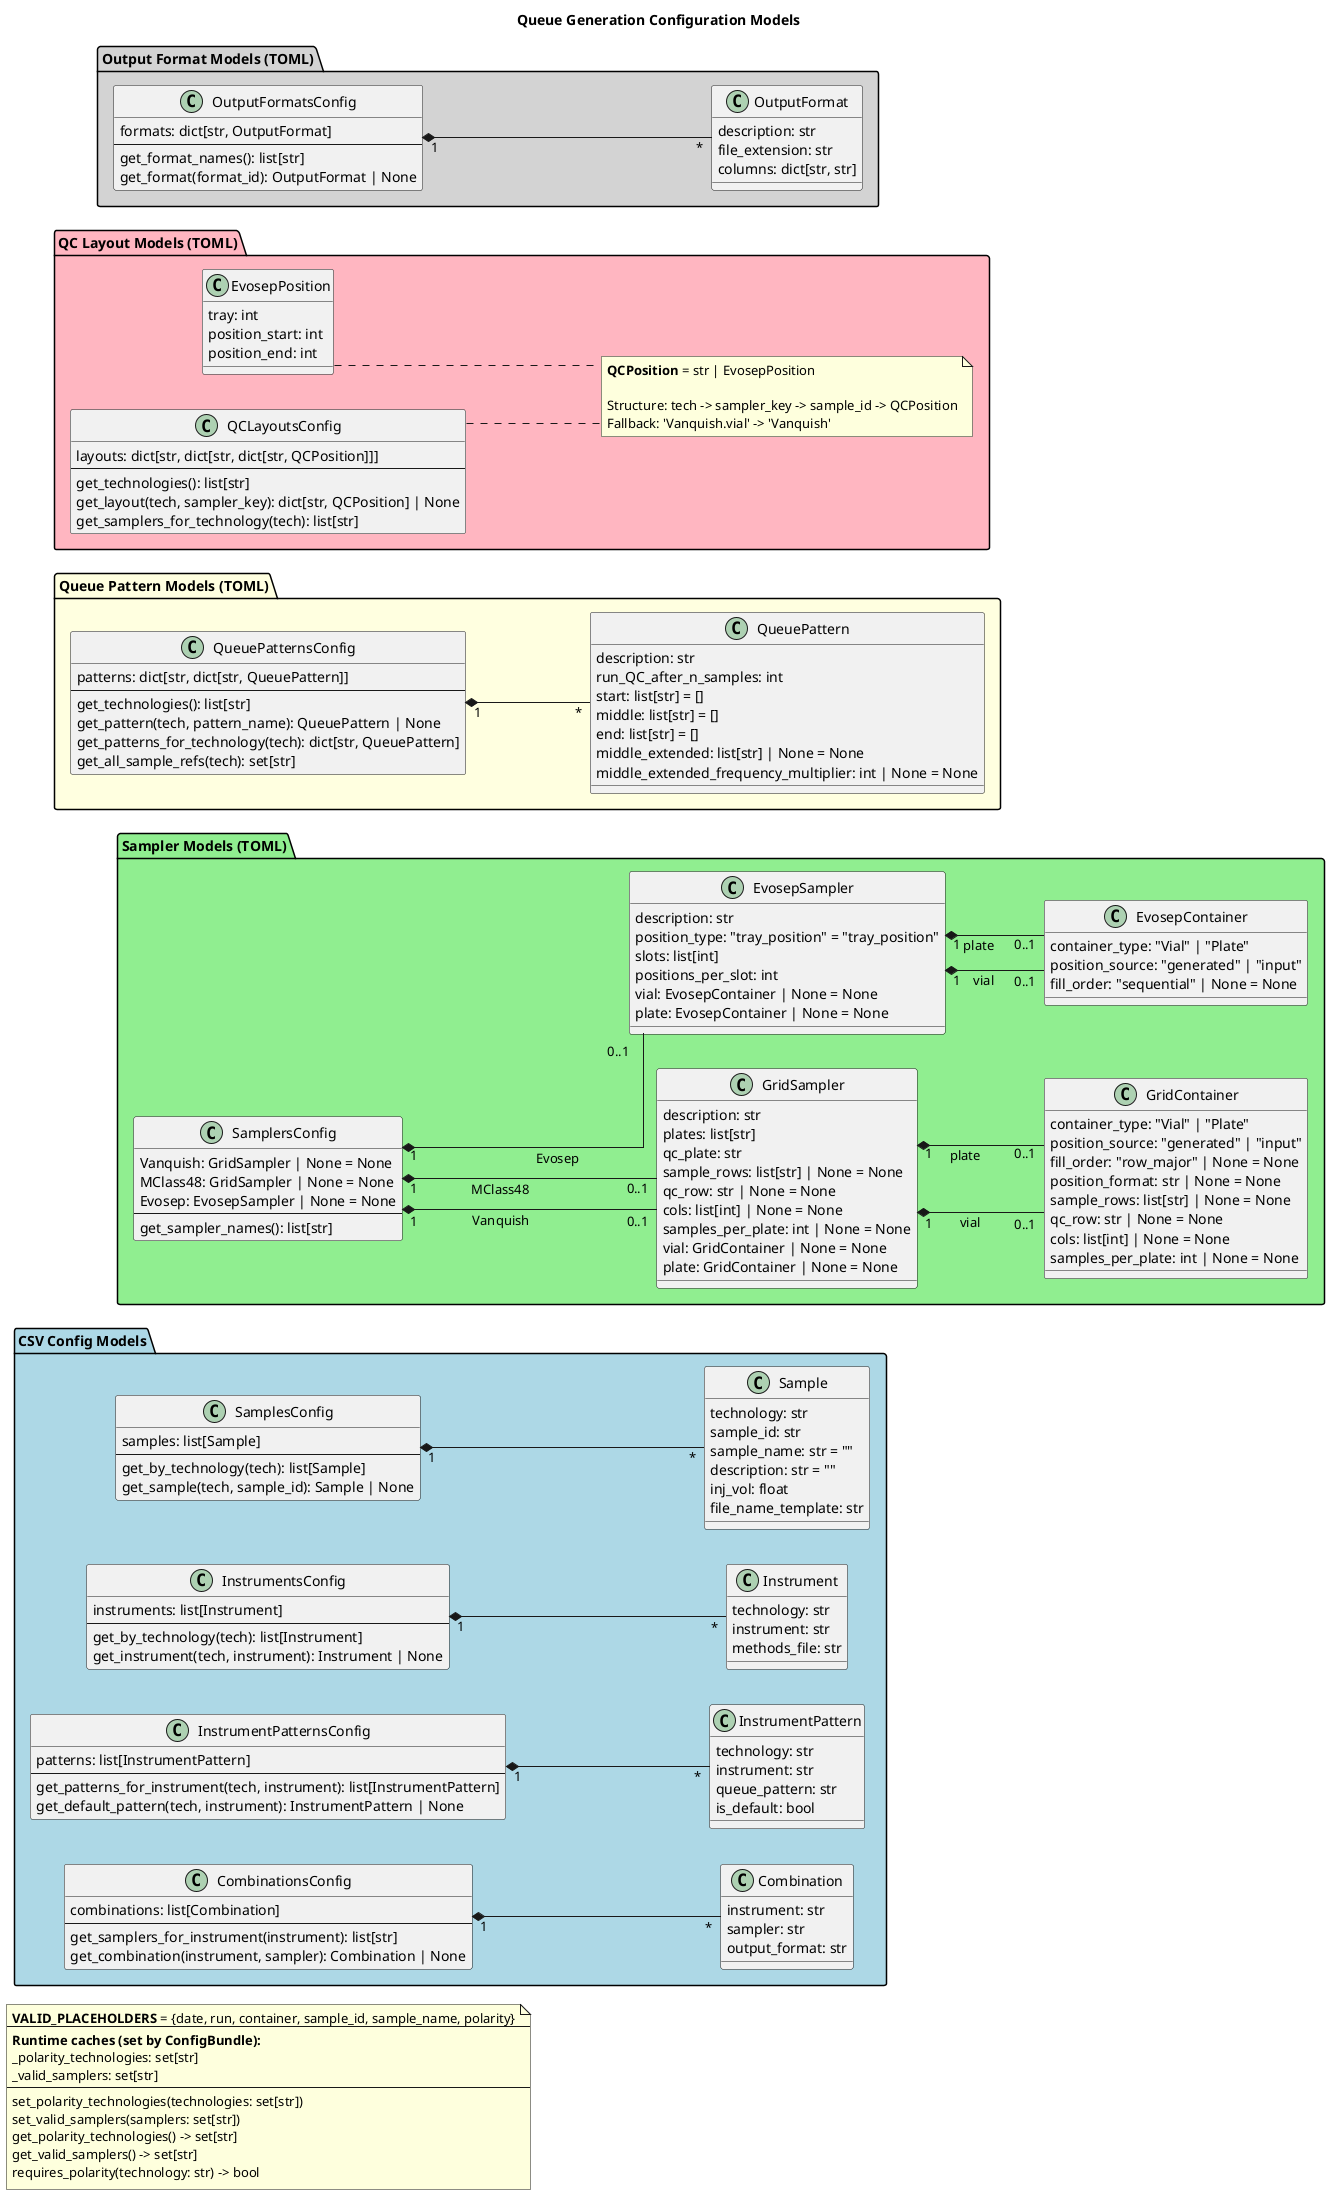
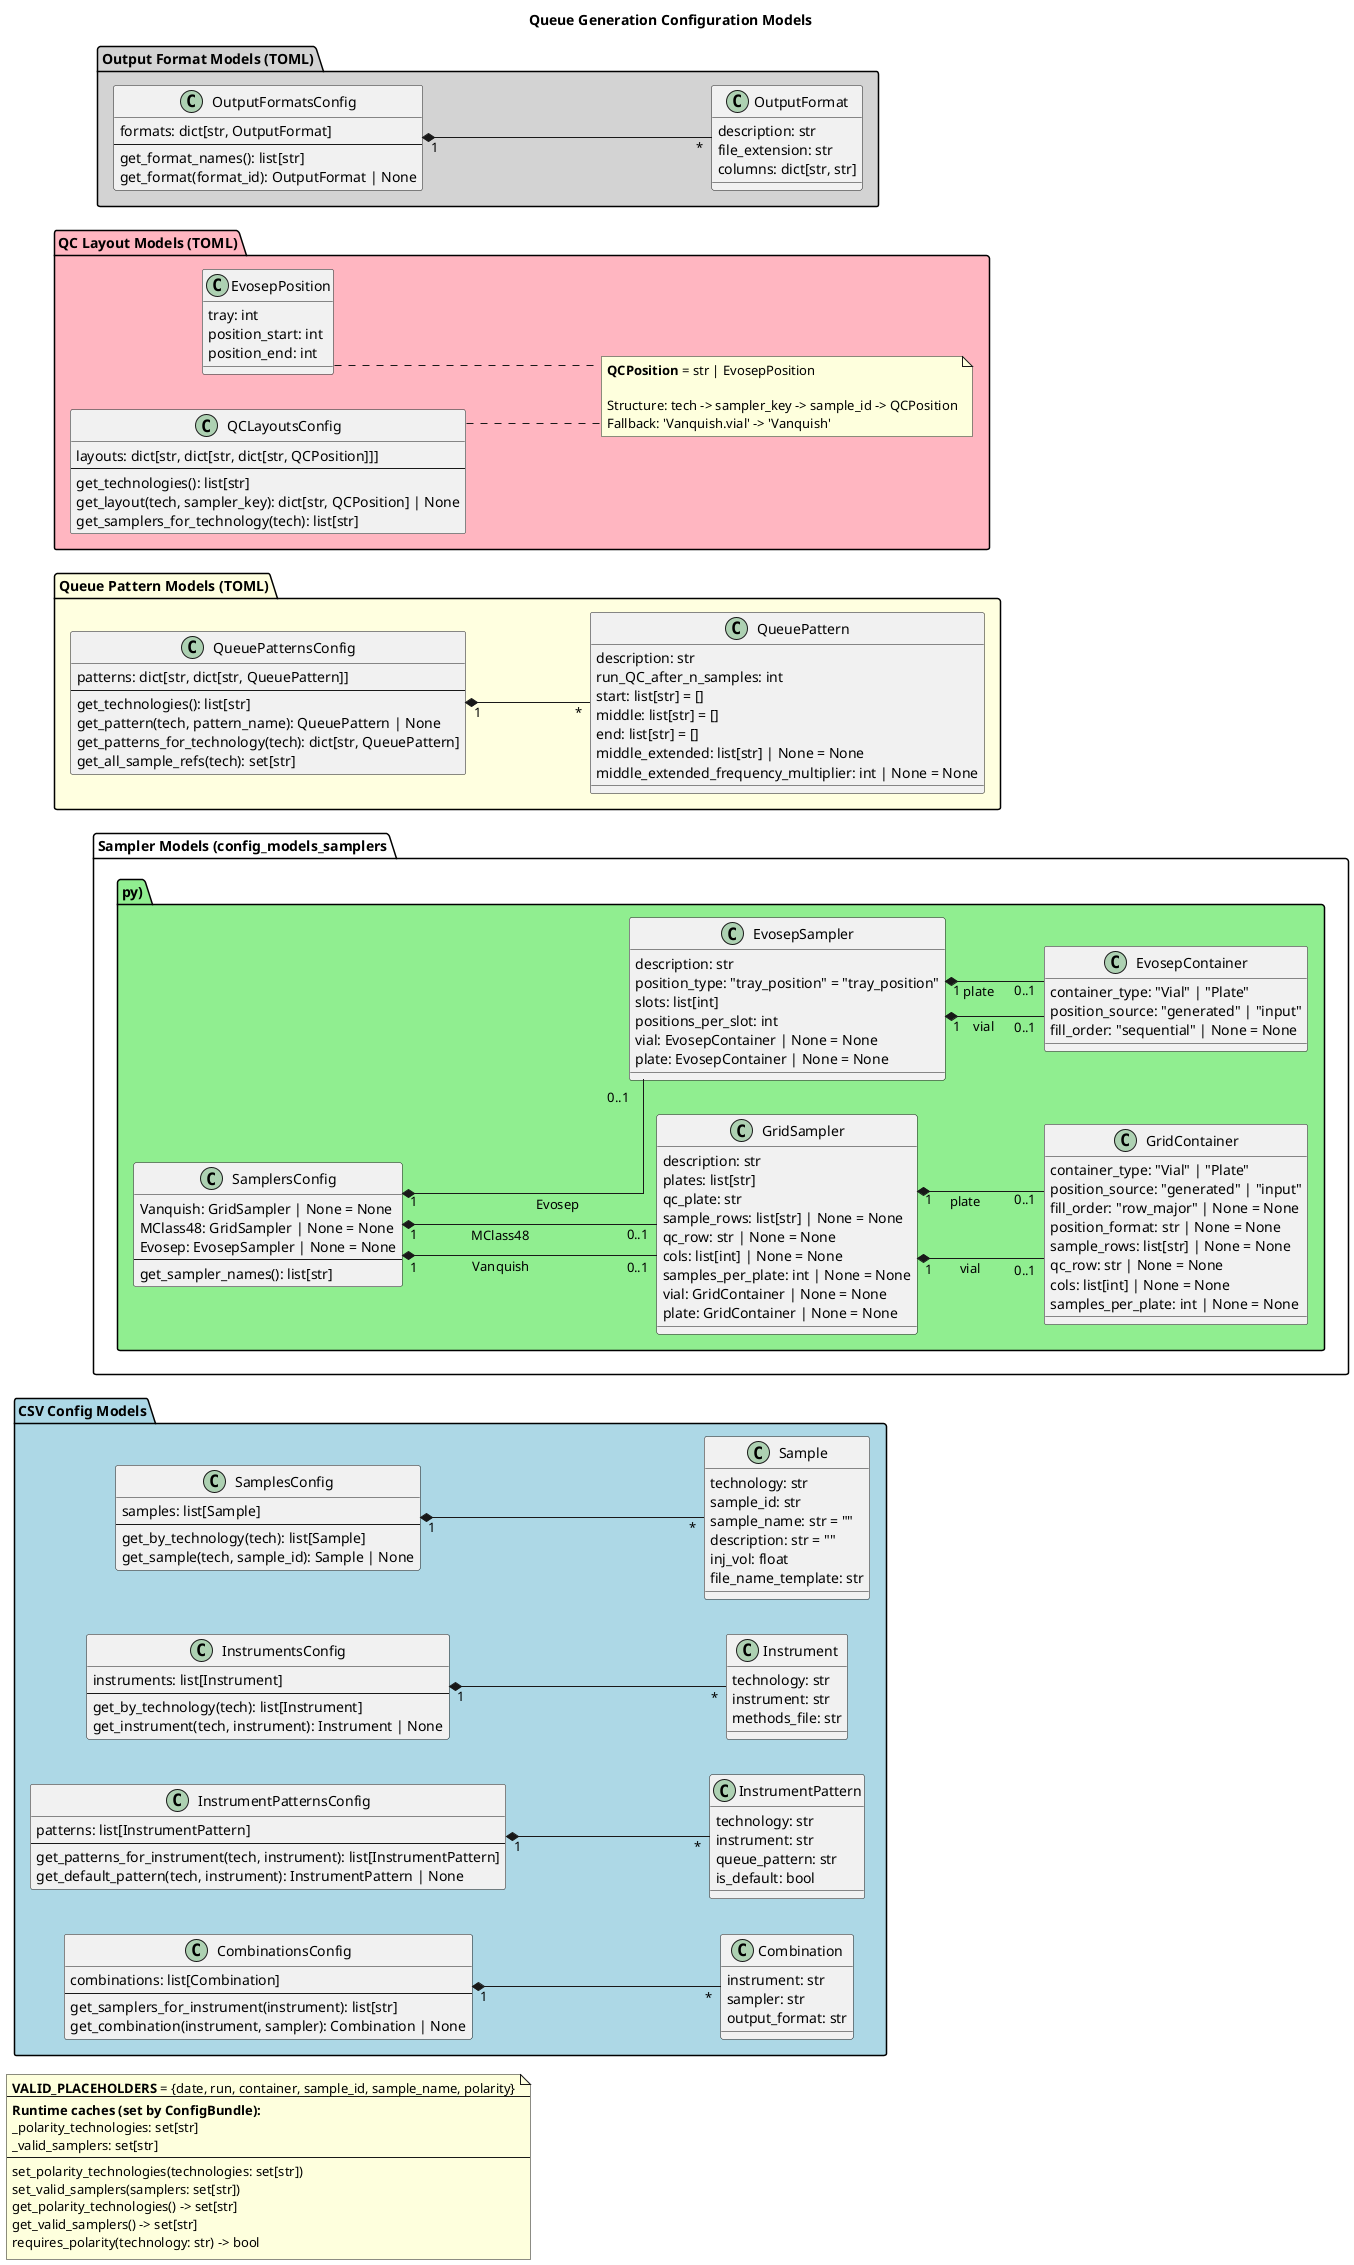
@startuml models
skinparam classAttributeIconSize 0
skinparam linetype ortho
left to right direction

title Queue Generation Configuration Models

' ============ Constants ============

note as Constants
  **VALID_PLACEHOLDERS** = {date, run, container, sample_id, sample_name, polarity}
  --
  **Runtime caches (set by ConfigBundle):**
  _polarity_technologies: set[str]
  _valid_samplers: set[str]
  --
  set_polarity_technologies(technologies: set[str])
  set_valid_samplers(samplers: set[str])
  get_polarity_technologies() -> set[str]
  get_valid_samplers() -> set[str]
  requires_polarity(technology: str) -> bool
end note

' ============ CSV-based Config Models ============

package "CSV Config Models" #LightBlue {
    class Sample {
        technology: str
        sample_id: str
        sample_name: str = ""
        description: str = ""
        inj_vol: float
        file_name_template: str
    }

    class SamplesConfig {
        samples: list[Sample]
        --
        get_by_technology(tech): list[Sample]
        get_sample(tech, sample_id): Sample | None
    }

    class Instrument {
        technology: str
        instrument: str
        methods_file: str
    }

    class InstrumentsConfig {
        instruments: list[Instrument]
        --
        get_by_technology(tech): list[Instrument]
        get_instrument(tech, instrument): Instrument | None
    }

    class InstrumentPattern {
        technology: str
        instrument: str
        queue_pattern: str
        is_default: bool
    }

    class InstrumentPatternsConfig {
        patterns: list[InstrumentPattern]
        --
        get_patterns_for_instrument(tech, instrument): list[InstrumentPattern]
        get_default_pattern(tech, instrument): InstrumentPattern | None
    }

    class Combination {
        instrument: str
        sampler: str
        output_format: str
    }

    class CombinationsConfig {
        combinations: list[Combination]
        --
        get_samplers_for_instrument(instrument): list[str]
        get_combination(instrument, sampler): Combination | None
    }

    SamplesConfig "1" *-- "*" Sample
    InstrumentsConfig "1" *-- "*" Instrument
    InstrumentPatternsConfig "1" *-- "*" InstrumentPattern
    CombinationsConfig "1" *-- "*" Combination
}

- ' ============ Sampler Models (TOML) ============
- 
- package "Sampler Models (TOML)" #LightGreen {
+ ' ============ Sampler Models (config_models_samplers.py) ============
+ 
+ package "Sampler Models (config_models_samplers.py)" #LightGreen {
    class GridContainer {
        container_type: "Vial" | "Plate"
        position_source: "generated" | "input"
        fill_order: "row_major" | None = None
        position_format: str | None = None
        sample_rows: list[str] | None = None
        qc_row: str | None = None
        cols: list[int] | None = None
        samples_per_plate: int | None = None
    }

    class EvosepContainer {
        container_type: "Vial" | "Plate"
        position_source: "generated" | "input"
        fill_order: "sequential" | None = None
    }

    class GridSampler {
        description: str
        plates: list[str]
        qc_plate: str
        sample_rows: list[str] | None = None
        qc_row: str | None = None
        cols: list[int] | None = None
        samples_per_plate: int | None = None
        vial: GridContainer | None = None
        plate: GridContainer | None = None
    }

    class EvosepSampler {
        description: str
        position_type: "tray_position" = "tray_position"
        slots: list[int]
        positions_per_slot: int
        vial: EvosepContainer | None = None
        plate: EvosepContainer | None = None
    }

    class SamplersConfig {
        Vanquish: GridSampler | None = None
        MClass48: GridSampler | None = None
        Evosep: EvosepSampler | None = None
        --
        get_sampler_names(): list[str]
    }

    GridSampler "1" *-- "0..1" GridContainer : vial
    GridSampler "1" *-- "0..1" GridContainer : plate
    EvosepSampler "1" *-- "0..1" EvosepContainer : vial
    EvosepSampler "1" *-- "0..1" EvosepContainer : plate
    SamplersConfig "1" *-- "0..1" GridSampler : Vanquish
    SamplersConfig "1" *-- "0..1" GridSampler : MClass48
    SamplersConfig "1" *-- "0..1" EvosepSampler : Evosep
}

' ============ Queue Pattern Models (TOML) ============

package "Queue Pattern Models (TOML)" #LightYellow {
    class QueuePattern {
        description: str
        run_QC_after_n_samples: int
        start: list[str] = []
        middle: list[str] = []
        end: list[str] = []
        middle_extended: list[str] | None = None
        middle_extended_frequency_multiplier: int | None = None
    }

    class QueuePatternsConfig {
        patterns: dict[str, dict[str, QueuePattern]]
        --
        get_technologies(): list[str]
        get_pattern(tech, pattern_name): QueuePattern | None
        get_patterns_for_technology(tech): dict[str, QueuePattern]
        get_all_sample_refs(tech): set[str]
    }

    QueuePatternsConfig "1" *-- "*" QueuePattern
}

' ============ QC Layout Models (TOML) ============

package "QC Layout Models (TOML)" #LightPink {
    class EvosepPosition {
        tray: int
        position_start: int
        position_end: int
    }

    class QCLayoutsConfig {
        layouts: dict[str, dict[str, dict[str, QCPosition]]]
        --
        get_technologies(): list[str]
        get_layout(tech, sampler_key): dict[str, QCPosition] | None
        get_samplers_for_technology(tech): list[str]
    }

    note "**QCPosition** = str | EvosepPosition\n\nStructure: tech -> sampler_key -> sample_id -> QCPosition\nFallback: 'Vanquish.vial' -> 'Vanquish'" as N1
    QCLayoutsConfig .. N1
    EvosepPosition .. N1
}

' ============ Output Format Models (TOML) ============

package "Output Format Models (TOML)" #LightGray {
    class OutputFormat {
        description: str
        file_extension: str
        columns: dict[str, str]
    }

    class OutputFormatsConfig {
        formats: dict[str, OutputFormat]
        --
        get_format_names(): list[str]
        get_format(format_id): OutputFormat | None
    }

    OutputFormatsConfig "1" *-- "*" OutputFormat
}

@enduml
